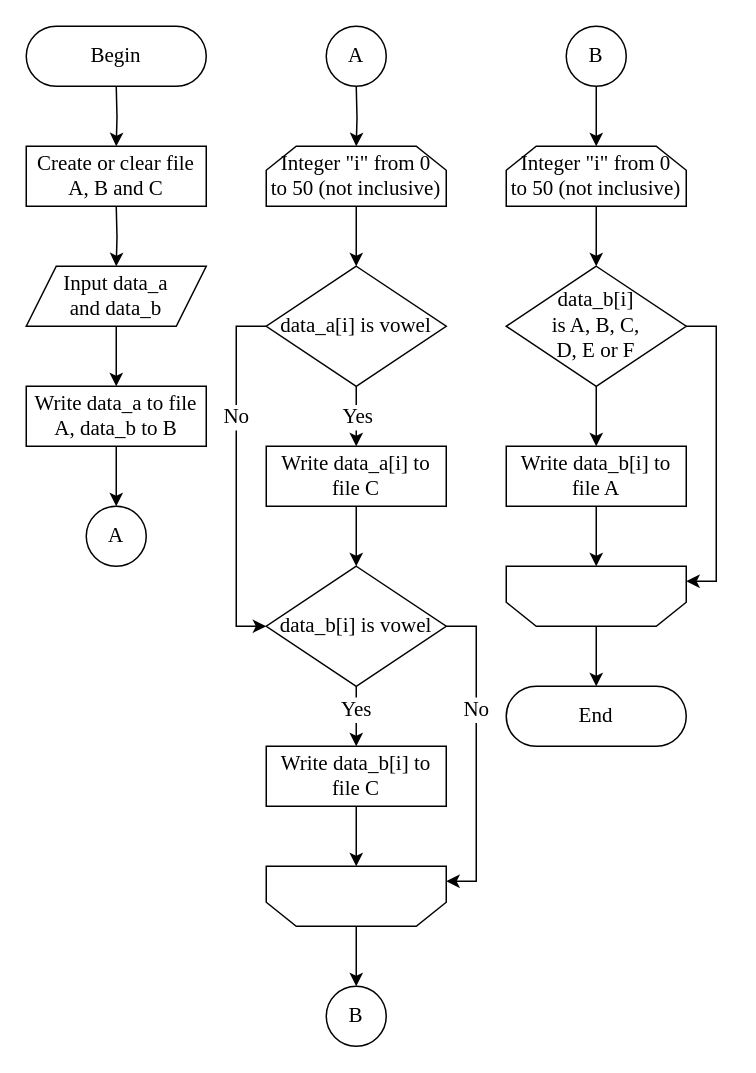
The draw.io diagram Labs/Labs-10-17/Lab-13/flowchart/flowhchart.drawio in ExposedCat/onpu-ap, before the edit. Source tidied: cells renumbered, new cells numbered last; positions are measured from the earlier drawing's top-left corner, leaving out a move shared by most shapes. Both pictures are drawn from the tidied source at 150%, with x=0, y=0 at pixel (26, 26).
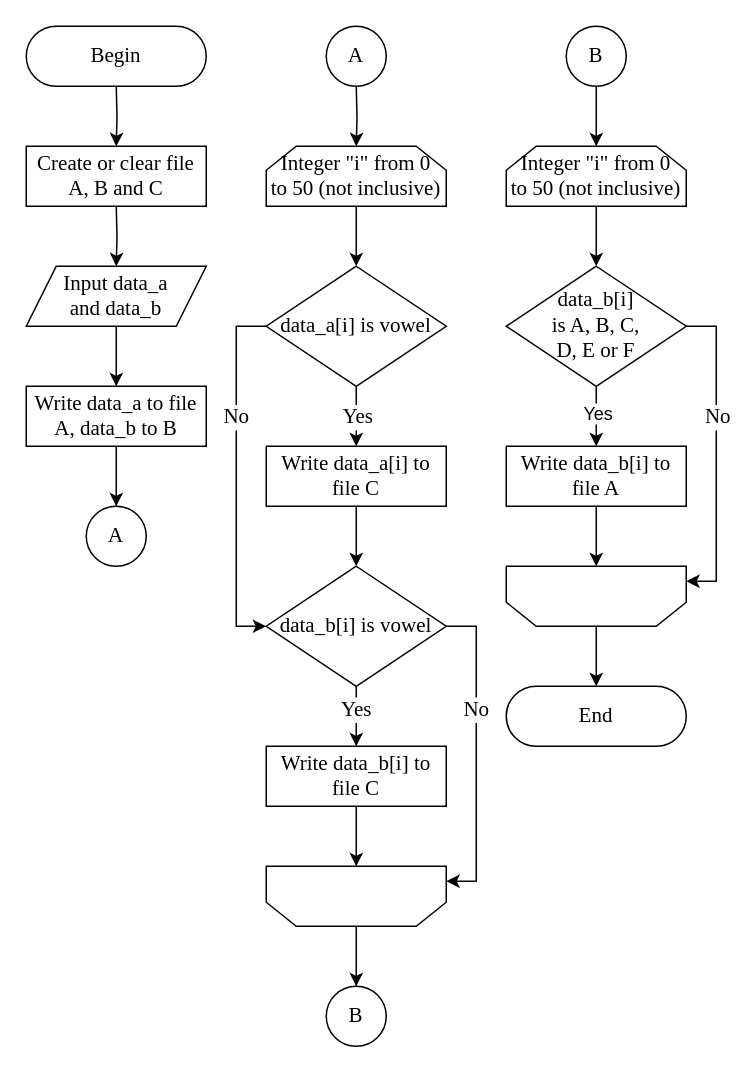
After the change.

Commit message (it also covers changes not shown here):
Fix decision block in flowchart

Change to the diagram source:
```diff
@@
+    <mxCell id="44" value="Yes" style="text;whiteSpace=wrap;html=1;labelBackgroundColor=default;" parent="1" vertex="1">
+      <mxGeometry x="370" y="245" width="20" height="15" as="geometry" />
+    </mxCell>
+    <mxCell id="45" value="No" style="edgeLabel;html=1;align=center;verticalAlign=middle;fontSize=14;fontFamily=Times New Roman;fontColor=default;labelBackgroundColor=default;" parent="1" vertex="1">
+      <mxGeometry x="460" y="260" as="geometry" />
+    </mxCell>
```
